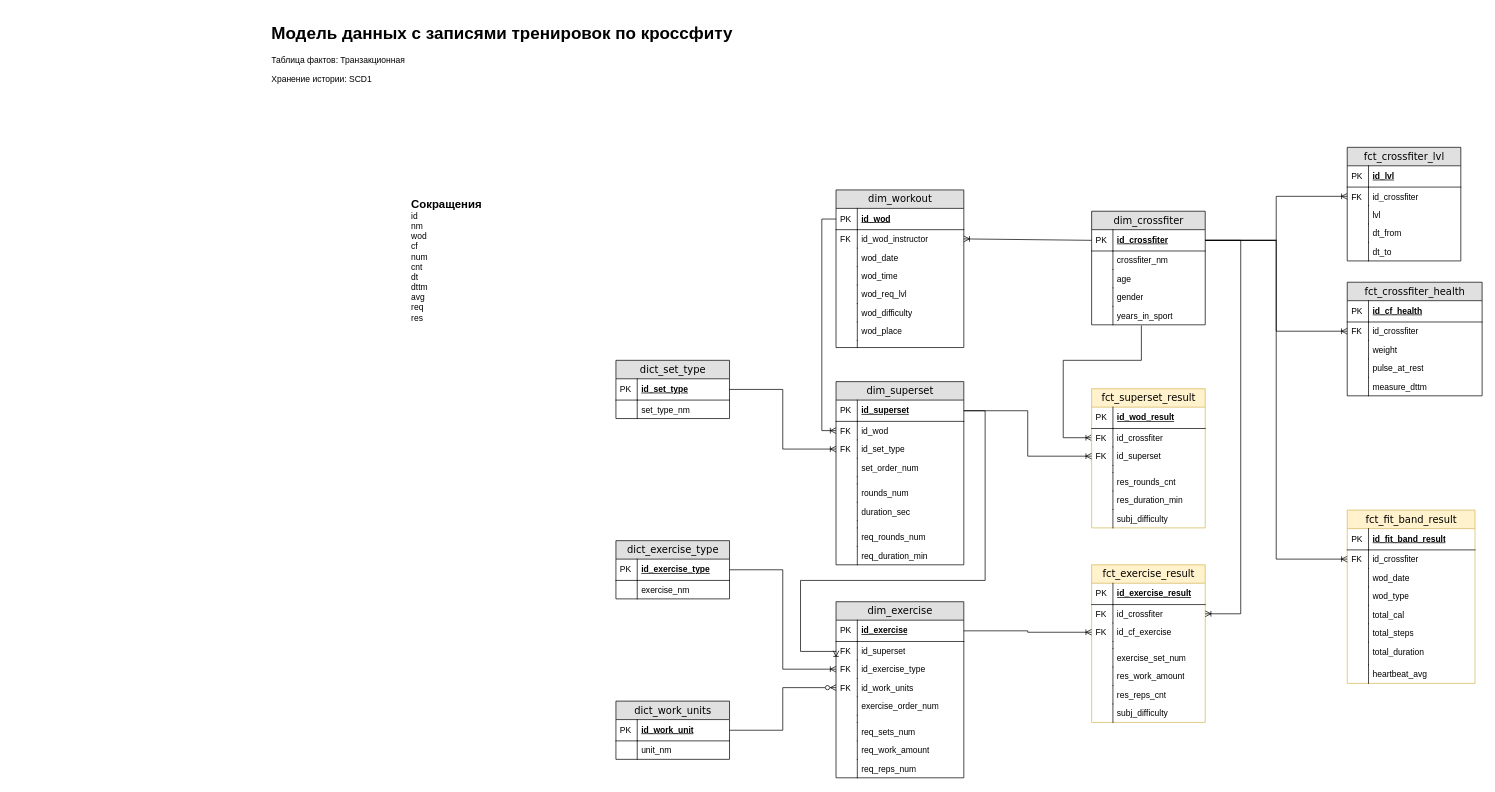
This is page "dimensional_modeling" (1 of 3) of db_arch/db_schema.drawio from ouriso/crossfit_activity, a draw.io file, before an edit. Source tidied: cells renumbered, new cells numbered last; positions are measured from the earlier drawing's top-left corner, leaving out a move shared by most shapes. Both pictures are drawn from the tidied source at 71%, with x=0, y=0 at pixel (268, 19).
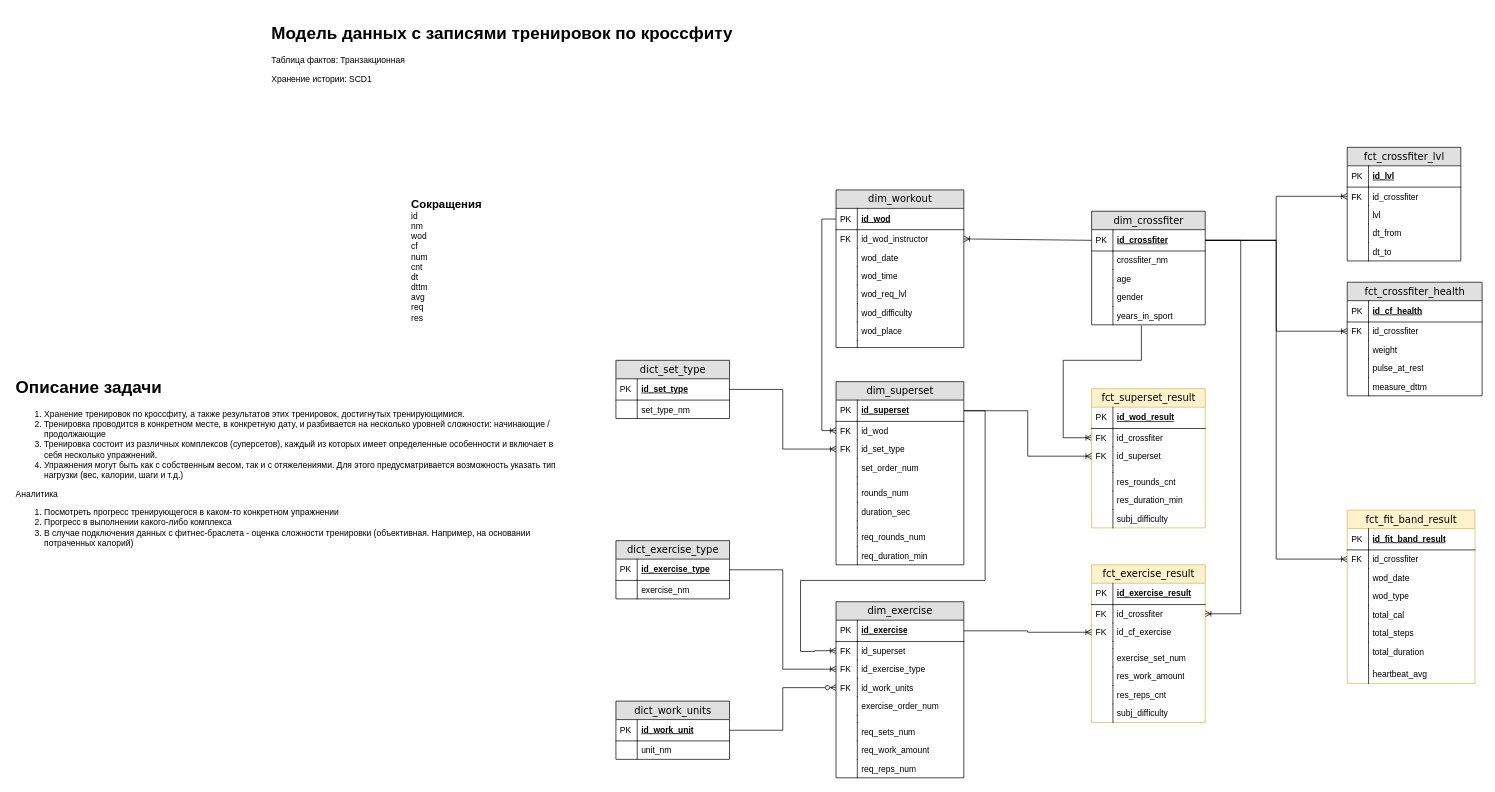
Above is the later version.

The change refers to these unchanged cells:
```xml
<mxCell id="45" value="id_superset" style="shape=partialRectangle;top=0;left=0;right=0;bottom=0;html=1;align=left;verticalAlign=top;fillColor=none;spacingLeft=34;spacingRight=4;whiteSpace=wrap;overflow=hidden;points=[[0,0.5],[1,0.5]];portConstraint=eastwest;" parent="42" vertex="1">
  <mxGeometry y="56" width="180" height="26" as="geometry" />
</mxCell>
<mxCell id="62" value="id_superset" style="shape=partialRectangle;top=0;left=0;right=0;bottom=1;html=1;align=left;verticalAlign=middle;fillColor=none;spacingLeft=34;spacingRight=4;whiteSpace=wrap;overflow=hidden;points=[[0,0.5],[1,0.5]];portConstraint=eastwest;fontStyle=5;" parent="61" vertex="1">
  <mxGeometry y="26" width="180" height="30" as="geometry" />
</mxCell>
```

Diff of the diagram source:
```diff
@@
     <mxCell id="112" style="edgeStyle=orthogonalEdgeStyle;rounded=0;jettySize=auto;html=1;exitX=0;exitY=0.5;exitDx=0;exitDy=0;entryX=1;entryY=0.5;entryDx=0;entryDy=0;startArrow=ERoneToMany;startFill=0;endArrow=none;endFill=0;" parent="1" edge="1" source="45" target="62">
       <mxGeometry relative="1" as="geometry">
         <Array as="points">
+          <mxPoint x="770" y="889" />
+          <mxPoint x="770" y="890" />
           <mxPoint x="750" y="890" />
           <mxPoint x="750" y="790" />
           <mxPoint x="1010" y="790" />
           <mxPoint x="1010" y="551" />
         </Array>
       </mxGeometry>
     </mxCell>
@@
+    <mxCell id="171" value="&lt;h1&gt;Описание задачи&lt;/h1&gt;&lt;p&gt;&lt;/p&gt;&lt;ol&gt;&lt;li&gt;Хранение тренировок по кроссфиту, а также результатов этих тренировок, достигнутых тренирующимися.&lt;/li&gt;&lt;li&gt;Тренировка проводится в конкретном месте, в конкретную дату, и разбивается на несколько уровней сложности: начинающие / продолжающие&lt;/li&gt;&lt;li&gt;Тренировка состоит из различных комплексов (суперсетов), каждый из которых имеет определенные особенности и включает в себя несколько упражнений.&lt;/li&gt;&lt;li&gt;Упражнения могут быть как с собственным весом, так и с отяжелениями. Для этого предусматривается возможность указать тип нагрузки (вес, калории, шаги и т.д.)&lt;/li&gt;&lt;/ol&gt;&lt;div&gt;Аналитика&lt;/div&gt;&lt;div&gt;&lt;ol&gt;&lt;li&gt;Посмотреть прогресс тренирующегося в каком-то конкретном упражнении&lt;/li&gt;&lt;li&gt;Прогресс в выполнении какого-либо комплекса&lt;/li&gt;&lt;li&gt;В случае подключения данных с фитнес-браслета - оценка сложности тренировки (объективная. Например, на основании потраченных калорий)&lt;/li&gt;&lt;/ol&gt;&lt;/div&gt;&lt;p&gt;&lt;/p&gt;" style="text;html=1;strokeColor=none;fillColor=none;spacing=5;spacingTop=-20;whiteSpace=wrap;overflow=hidden;rounded=0;" parent="1" vertex="1">
+      <mxGeometry x="-360" y="498" width="770" height="462" as="geometry" />
+    </mxCell>
```
